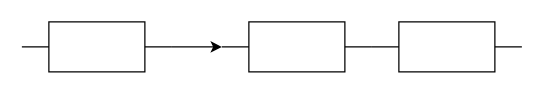
jpodolszanska/ieik-diagrams keeps this draw.io diagram as diagrams/Untitled Diagram.drawio. Above is the earlier version. Source tidied: cells renumbered, new cells numbered last; positions are measured from the earlier drawing's top-left corner, leaving out a move shared by most shapes. Both pictures are drawn from the tidied source at 125%, with x=0, y=0 at pixel (21, 21).
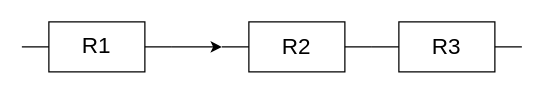
After the change.

The edit, as a diff of the source:
```diff
@@
 <mxGraphModel background="#ffffff">
   <root>
     <mxCell id="0" />
     <mxCell id="1" parent="0" />
     <mxCell id="2" style="edgeStyle=orthogonalEdgeStyle;rounded=0;jettySize=auto;html=1;" parent="1" edge="1" source="3" target="4">
       <mxGeometry relative="1" as="geometry" />
     </mxCell>
     <mxCell id="3" style="verticalLabelPosition=bottom;shadow=0;dashed=0;align=center;html=1;verticalAlign=top;shape=mxgraph.electrical.resistors.resistor_1;" parent="1" vertex="1">
       <mxGeometry width="120" height="40" as="geometry" />
     </mxCell>
     <mxCell id="4" style="verticalLabelPosition=bottom;shadow=0;dashed=0;align=center;html=1;verticalAlign=top;shape=mxgraph.electrical.resistors.resistor_1;" parent="1" vertex="1">
       <mxGeometry x="160" width="120" height="40" as="geometry" />
     </mxCell>
     <mxCell id="5" style="verticalLabelPosition=bottom;shadow=0;dashed=0;align=center;html=1;verticalAlign=top;shape=mxgraph.electrical.resistors.resistor_1;" parent="1" vertex="1">
       <mxGeometry x="280" width="120" height="40" as="geometry" />
     </mxCell>
+    <mxCell id="6" value="&lt;div style=&quot;font-size: 18px&quot;&gt;&lt;font style=&quot;font-size: 18px&quot;&gt;R1&lt;/font&gt;&lt;/div&gt;&lt;div style=&quot;font-size: 18px&quot;&gt;&lt;font style=&quot;font-size: 18px&quot;&gt;&lt;br&gt;&lt;/font&gt;&lt;/div&gt;" style="text;html=1;strokeColor=none;fillColor=none;align=center;verticalAlign=middle;whiteSpace=wrap;rounded=0;" parent="1" vertex="1">
+      <mxGeometry x="40" y="20" width="40" height="20" as="geometry" />
+    </mxCell>
+    <mxCell id="7" value="&lt;font style=&quot;font-size: 18px&quot;&gt;R2&lt;/font&gt;" style="text;html=1;strokeColor=none;fillColor=none;align=center;verticalAlign=middle;whiteSpace=wrap;rounded=0;" parent="1" vertex="1">
+      <mxGeometry x="200" y="10" width="40" height="20" as="geometry" />
+    </mxCell>
+    <mxCell id="8" value="&lt;font style=&quot;font-size: 18px&quot;&gt;R3&lt;/font&gt;" style="text;html=1;strokeColor=none;fillColor=none;align=center;verticalAlign=middle;whiteSpace=wrap;rounded=0;" parent="1" vertex="1">
+      <mxGeometry x="320" y="10" width="40" height="20" as="geometry" />
+    </mxCell>
   </root>
 </mxGraphModel>
```
